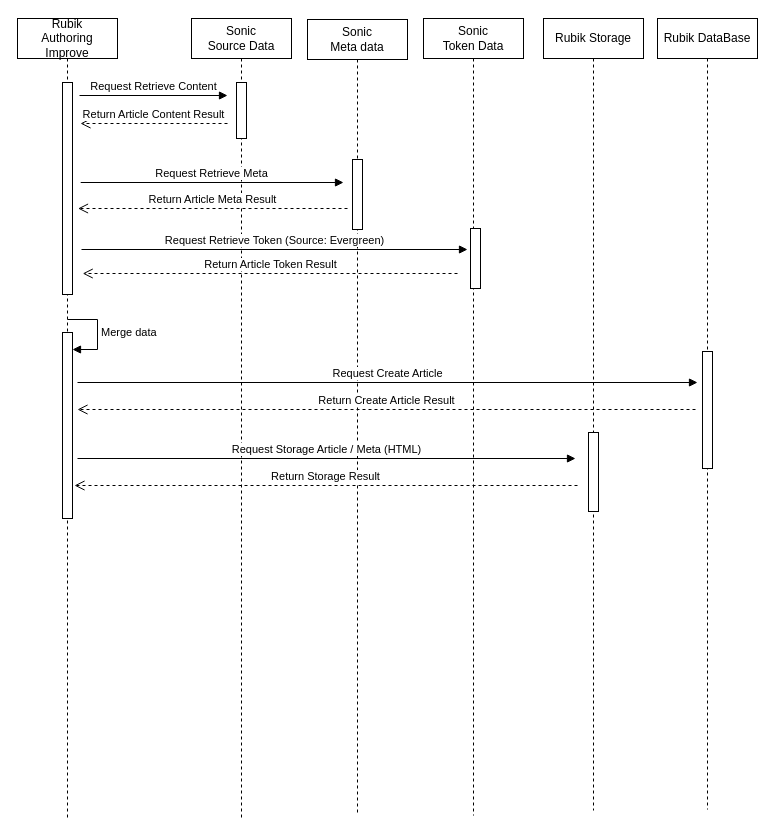
This is page "Page-15" (15 of 16) of 2.drawio from hy986/Repo_0110, a draw.io file, before an edit. Source tidied: cells renumbered, new cells numbered last; positions are measured from the earlier drawing's top-left corner, leaving out a move shared by most shapes. Both pictures are drawn from the tidied source at 100%, with x=0, y=0 at pixel (17, 18).
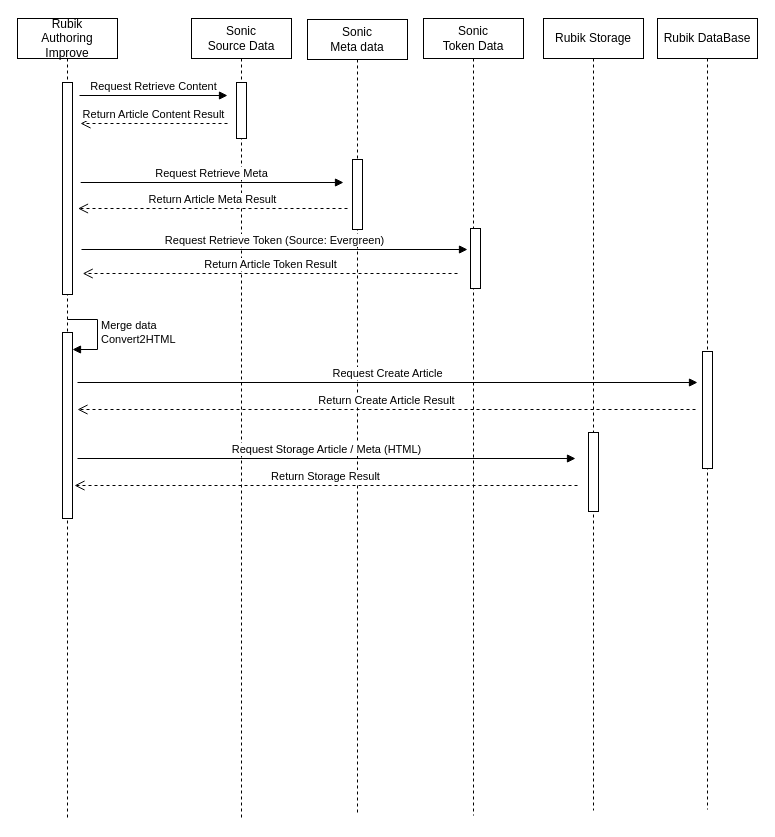
The same page after the edit.

The change refers to these unchanged cells:
```xml
<mxCell id="2" value="Rubik&lt;br&gt;Authoring Improve" style="shape=umlLifeline;perimeter=lifelinePerimeter;whiteSpace=wrap;html=1;newEdgeStyle={&quot;edgeStyle&quot;:&quot;elbowEdgeStyle&quot;,&quot;elbow&quot;:&quot;vertical&quot;,&quot;curved&quot;:0,&quot;rounded&quot;:0};" parent="1" vertex="1">
  <mxGeometry width="100" height="801" as="geometry" />
</mxCell>
```

Diff of the diagram source:
```diff
@@
-    <mxCell id="5" value="Merge data" style="html=1;align=left;spacingLeft=2;endArrow=block;rounded=0;edgeStyle=orthogonalEdgeStyle;curved=0;rounded=0;" parent="2" edge="1">
+    <mxCell id="5" value="Merge data&lt;br&gt;Convert2HTML" style="html=1;align=left;spacingLeft=2;endArrow=block;rounded=0;edgeStyle=orthogonalEdgeStyle;curved=0;rounded=0;" parent="2" edge="1">
       <mxGeometry x="0.01" relative="1" as="geometry">
         <mxPoint x="50" y="301" as="sourcePoint" />
         <mxPoint x="55" y="331" as="targetPoint" />
         <Array as="points">
           <mxPoint x="80" y="301" />
           <mxPoint x="80" y="331" />
         </Array>
       </mxGeometry>
     </mxCell>
```
